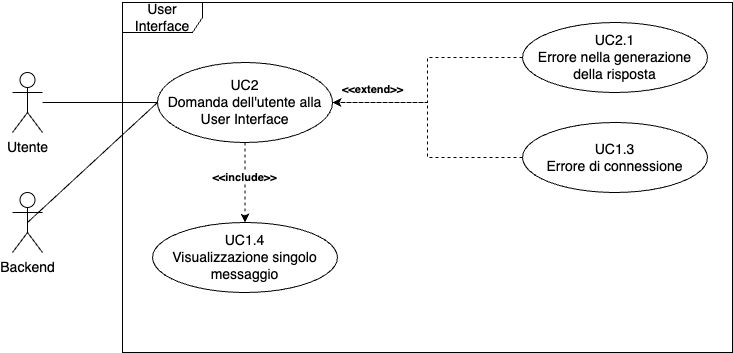
Above: images/analisi-dei-requisiti/UC0_ask_User-UI.png in SweeTenTeam/Docs (draw.io), before the change. Source tidied: cells renumbered, new cells last; positions are measured from the earlier drawing's top-left corner, leaving out a move shared by most shapes.
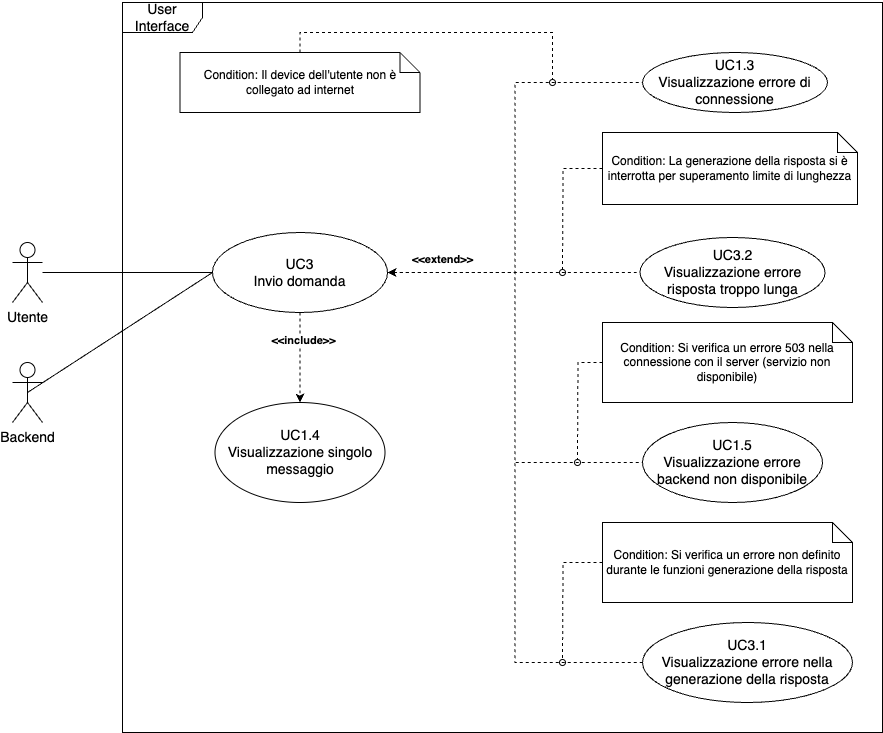
The same file after the commit.

What changed in the source:
```diff
@@ -3,46 +3,96 @@
     <mxCell id="0" />
     <mxCell id="1" parent="0" />
     <mxCell id="2" value="User Interface" style="shape=umlFrame;whiteSpace=wrap;html=1;width=80;height=30;fontSize=14;" parent="1" vertex="1">
-      <mxGeometry x="110" width="610" height="350" as="geometry" />
+      <mxGeometry x="110" y="-80" width="760" height="730" as="geometry" />
     </mxCell>
     <mxCell id="3" style="edgeStyle=orthogonalEdgeStyle;rounded=0;jettySize=auto;html=1;entryX=0.5;entryY=0;entryDx=0;entryDy=0;dashed=1;" parent="1" edge="1" source="5" target="13">
       <mxGeometry relative="1" as="geometry" />
     </mxCell>
     <mxCell id="4" value="&lt;b&gt;&amp;lt;&amp;lt;include&amp;gt;&amp;gt;&lt;/b&gt;" style="edgeLabel;html=1;align=center;verticalAlign=middle;" parent="3" vertex="1">
-      <mxGeometry x="-0.15" y="-1" relative="1" as="geometry" />
+      <mxGeometry x="-0.39" y="3" relative="1" as="geometry">
+        <mxPoint y="1" as="offset" />
+      </mxGeometry>
     </mxCell>
+    <mxCell id="16" style="edgeStyle=orthogonalEdgeStyle;rounded=0;jettySize=auto;html=1;entryX=0;entryY=0.5;entryDx=0;entryDy=0;startArrow=classic;startFill=1;endArrow=none;endFill=0;dashed=1;" parent="1" edge="1" source="5" target="12">
+      <mxGeometry relative="1" as="geometry" />
+    </mxCell>
+    <mxCell id="17" style="edgeStyle=orthogonalEdgeStyle;rounded=0;jettySize=auto;html=1;entryX=0;entryY=0.5;entryDx=0;entryDy=0;startArrow=classic;startFill=1;endArrow=none;endFill=0;dashed=1;" parent="1" edge="1" source="5" target="25">
+      <mxGeometry relative="1" as="geometry" />
+    </mxCell>
+    <mxCell id="18" style="edgeStyle=orthogonalEdgeStyle;rounded=0;jettySize=auto;html=1;entryX=0;entryY=0.5;entryDx=0;entryDy=0;startArrow=classic;startFill=1;endArrow=none;endFill=0;dashed=1;" parent="1" edge="1" source="5" target="22">
+      <mxGeometry relative="1" as="geometry" />
+    </mxCell>
+    <mxCell id="19" style="edgeStyle=orthogonalEdgeStyle;rounded=0;jettySize=auto;html=1;entryX=0;entryY=0.5;entryDx=0;entryDy=0;startArrow=classic;startFill=1;endArrow=none;endFill=0;dashed=1;" parent="1" edge="1" source="5" target="9">
+      <mxGeometry relative="1" as="geometry" />
+    </mxCell>
-    <mxCell id="5" value="UC2&lt;div&gt;Domanda dell'utente alla User Interface&lt;/div&gt;" style="ellipse;whiteSpace=wrap;html=1;fontSize=14;" parent="1" vertex="1">
-      <mxGeometry x="145" y="60" width="175" height="80" as="geometry" />
+    <mxCell id="5" value="UC3&lt;div&gt;Invio domanda&lt;/div&gt;" style="ellipse;whiteSpace=wrap;html=1;fontSize=14;" parent="1" vertex="1">
+      <mxGeometry x="200" y="150" width="175" height="80" as="geometry" />
     </mxCell>
     <mxCell id="6" style="edgeStyle=orthogonalEdgeStyle;rounded=0;jettySize=auto;html=1;endArrow=none;endFill=0;" parent="1" edge="1" source="7" target="5">
       <mxGeometry relative="1" as="geometry" />
     </mxCell>
     <mxCell id="7" value="Utente" style="shape=umlActor;verticalLabelPosition=bottom;verticalAlign=top;html=1;fontSize=14;" parent="1" vertex="1">
-      <mxGeometry y="70" width="30" height="60" as="geometry" />
+      <mxGeometry y="160" width="30" height="60" as="geometry" />
     </mxCell>
-    <mxCell id="8" style="edgeStyle=orthogonalEdgeStyle;rounded=0;jettySize=auto;html=1;entryX=1;entryY=0.5;entryDx=0;entryDy=0;dashed=1;" parent="1" edge="1" source="9" target="5">
-      <mxGeometry relative="1" as="geometry" />
-    </mxCell>
-    <mxCell id="9" value="UC2.1&lt;div&gt;Errore nella generazione della risposta&lt;/div&gt;" style="ellipse;whiteSpace=wrap;html=1;fontSize=14;" parent="1" vertex="1">
-      <mxGeometry x="510" y="20" width="185" height="70" as="geometry" />
+    <mxCell id="9" value="UC3.1&lt;div&gt;Visualizzazione errore nella generazione della risposta&lt;/div&gt;" style="ellipse;whiteSpace=wrap;html=1;fontSize=14;" parent="1" vertex="1">
+      <mxGeometry x="630" y="540" width="210" height="80" as="geometry" />
     </mxCell>
     <mxCell id="10" value="&lt;font style=&quot;font-size: 11px;&quot;&gt;&amp;lt;&amp;lt;extend&amp;gt;&amp;gt;&lt;/font&gt;" style="text;align=center;fontStyle=1;verticalAlign=middle;spacingLeft=3;spacingRight=3;strokeColor=none;html=1;" parent="1" vertex="1">
-      <mxGeometry x="320" y="74" width="80" height="26" as="geometry" />
+      <mxGeometry x="390" y="164" width="80" height="26" as="geometry" />
     </mxCell>
-    <mxCell id="11" style="edgeStyle=orthogonalEdgeStyle;rounded=0;jettySize=auto;html=1;entryX=1;entryY=0.5;entryDx=0;entryDy=0;dashed=1;" parent="1" edge="1" source="12" target="5">
-      <mxGeometry relative="1" as="geometry" />
-    </mxCell>
-    <mxCell id="12" value="UC1.3&lt;div&gt;Errore di connessione&lt;/div&gt;" style="ellipse;whiteSpace=wrap;html=1;fontSize=14;" parent="1" vertex="1">
-      <mxGeometry x="510" y="120" width="185" height="70" as="geometry" />
+    <mxCell id="12" value="UC1.3&lt;div&gt;Visualizzazione errore di connessione&lt;/div&gt;" style="ellipse;whiteSpace=wrap;html=1;fontSize=14;" parent="1" vertex="1">
+      <mxGeometry x="630" y="-30" width="185" height="60" as="geometry" />
     </mxCell>
     <mxCell id="13" value="UC1.4&lt;div&gt;Visualizzazione singolo messaggio&lt;/div&gt;" style="ellipse;whiteSpace=wrap;html=1;fontSize=14;" parent="1" vertex="1">
-      <mxGeometry x="140" y="220" width="185" height="70" as="geometry" />
+      <mxGeometry x="202.5" y="320" width="170" height="100" as="geometry" />
     </mxCell>
     <mxCell id="14" value="Backend" style="shape=umlActor;verticalLabelPosition=bottom;verticalAlign=top;html=1;fontSize=14;" parent="1" vertex="1">
-      <mxGeometry y="190" width="30" height="60" as="geometry" />
+      <mxGeometry y="280" width="30" height="60" as="geometry" />
     </mxCell>
     <mxCell id="15" style="endArrow=none;html=1;rounded=0;exitX=0.5;exitY=0.5;exitDx=0;exitDy=0;exitPerimeter=0;entryX=0;entryY=0.5;entryDx=0;entryDy=0;" parent="1" edge="1" source="14" target="5">
       <mxGeometry relative="1" as="geometry" />
     </mxCell>
+    <mxCell id="20" style="edgeStyle=orthogonalEdgeStyle;rounded=0;jettySize=auto;html=1;endArrow=oval;endFill=0;dashed=1;exitX=0.5;exitY=0;exitDx=0;exitDy=0;exitPerimeter=0;" parent="1" edge="1" source="21">
+      <mxGeometry relative="1" as="geometry">
+        <mxPoint x="540" as="targetPoint" />
+        <Array as="points">
+          <mxPoint x="288" y="-50" />
+          <mxPoint x="540" y="-50" />
+        </Array>
+      </mxGeometry>
+    </mxCell>
+    <mxCell id="21" value="Condition: Il device dell'utente non è collegato ad internet" style="shape=note;size=20;whiteSpace=wrap;html=1;" parent="1" vertex="1">
+      <mxGeometry x="167.5" y="-30" width="240" height="60" as="geometry" />
+    </mxCell>
+    <mxCell id="22" value="&lt;span style=&quot;text-wrap-mode: nowrap;&quot;&gt;&lt;font style=&quot;font-size: 14px;&quot;&gt;UC1.5&lt;/font&gt;&lt;/span&gt;&lt;div&gt;&lt;font style=&quot;font-size: 14px;&quot;&gt;Visualizzazione errore backend non disponibile&lt;/font&gt;&lt;/div&gt;" style="ellipse;whiteSpace=wrap;html=1;" parent="1" vertex="1">
+      <mxGeometry x="630" y="340" width="180" height="80" as="geometry" />
+    </mxCell>
+    <mxCell id="23" style="edgeStyle=orthogonalEdgeStyle;rounded=0;jettySize=auto;html=1;dashed=1;endArrow=oval;endFill=0;" parent="1" edge="1" source="24">
+      <mxGeometry relative="1" as="geometry">
+        <mxPoint x="565" y="380" as="targetPoint" />
+      </mxGeometry>
+    </mxCell>
+    <mxCell id="24" value="Condition: Si verifica un errore 503 nella connessione con il server (servizio non disponibile)" style="shape=note;size=20;whiteSpace=wrap;html=1;" parent="1" vertex="1">
+      <mxGeometry x="590" y="240" width="250" height="80" as="geometry" />
+    </mxCell>
+    <mxCell id="25" value="UC3.2&lt;div&gt;Visualizzazione errore risposta troppo lunga&lt;/div&gt;" style="ellipse;whiteSpace=wrap;html=1;fontSize=14;" parent="1" vertex="1">
+      <mxGeometry x="627.5" y="155" width="185" height="70" as="geometry" />
+    </mxCell>
+    <mxCell id="26" style="edgeStyle=orthogonalEdgeStyle;rounded=0;jettySize=auto;html=1;endArrow=oval;endFill=0;dashed=1;" parent="1" edge="1" source="27">
+      <mxGeometry relative="1" as="geometry">
+        <mxPoint x="550" y="190" as="targetPoint" />
+      </mxGeometry>
+    </mxCell>
+    <mxCell id="27" value="Condition: La generazione della risposta si è interrotta per superamento limite di lunghezza" style="shape=note;size=20;whiteSpace=wrap;html=1;" parent="1" vertex="1">
+      <mxGeometry x="590" y="50" width="255" height="72" as="geometry" />
+    </mxCell>
+    <mxCell id="28" style="edgeStyle=orthogonalEdgeStyle;rounded=0;jettySize=auto;html=1;dashed=1;endArrow=oval;endFill=0;" parent="1" edge="1" source="29">
+      <mxGeometry relative="1" as="geometry">
+        <mxPoint x="550" y="580" as="targetPoint" />
+      </mxGeometry>
+    </mxCell>
+    <mxCell id="29" value="Condition: Si verifica un errore non definito durante le funzioni generazione della risposta" style="shape=note;size=20;whiteSpace=wrap;html=1;" parent="1" vertex="1">
+      <mxGeometry x="590" y="440" width="250" height="80" as="geometry" />
+    </mxCell>
   </root>
 </mxGraphModel>
```
